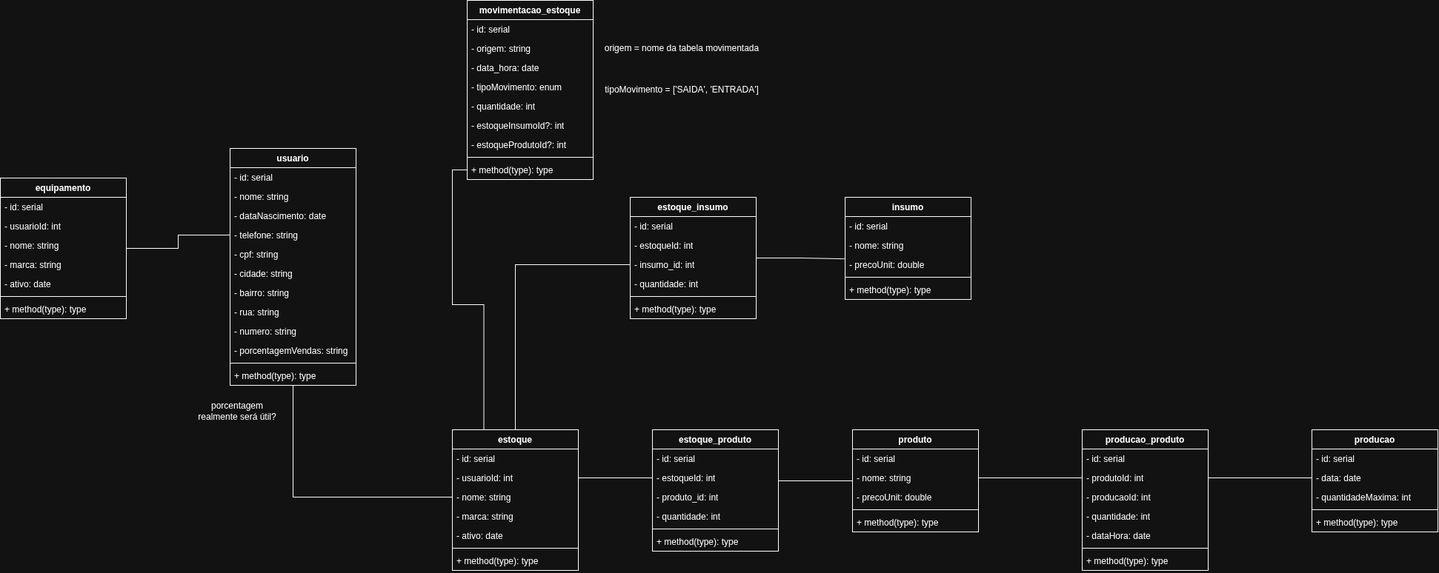
The draw.io diagram docs/diagramas/diagrama-de-classes.png in kaue0000/autonium-api, before a commit. Source tidied: cells renumbered, new cells last; positions are measured from the earlier drawing's top-left corner, leaving out a move shared by most shapes.
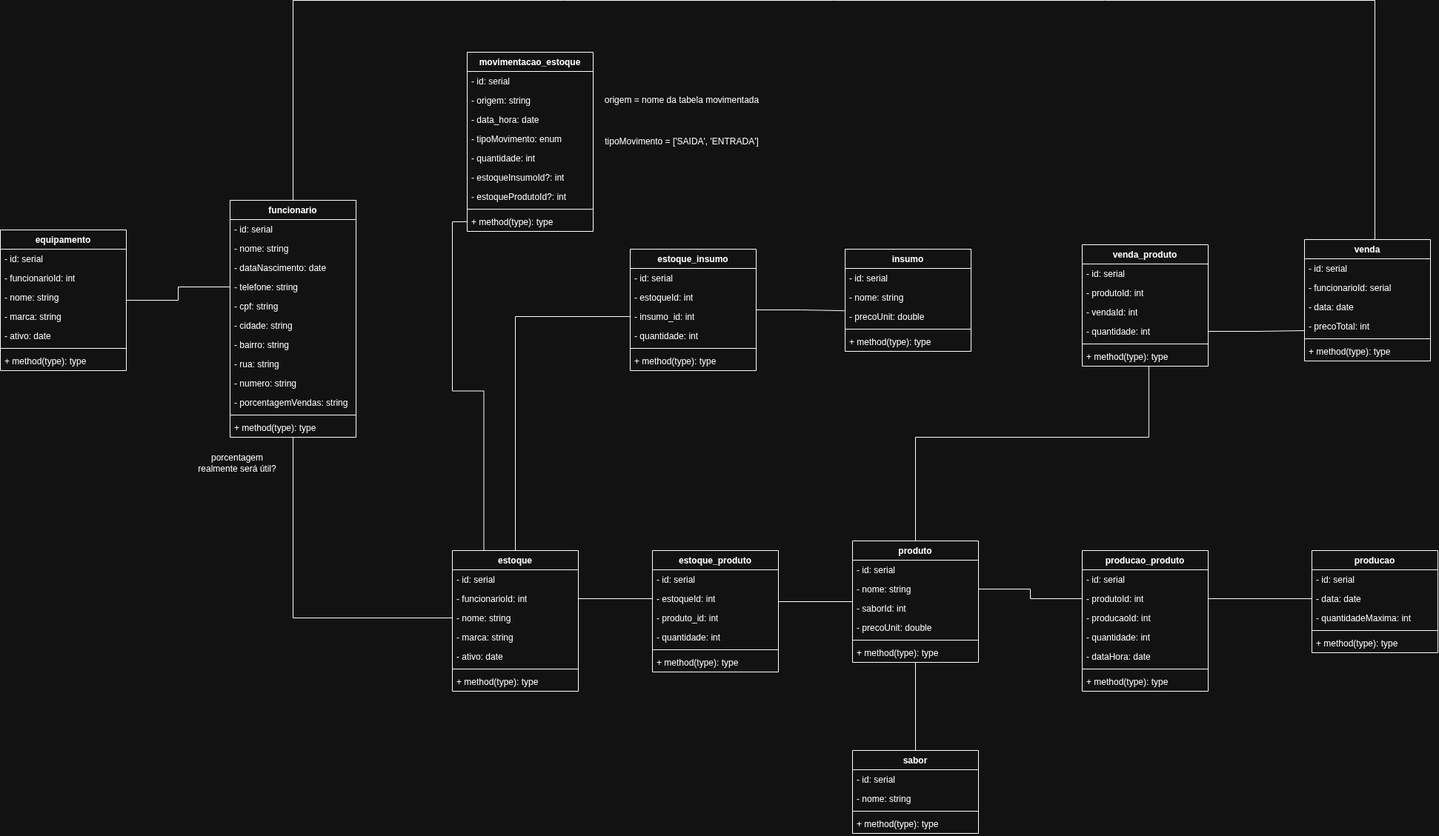
The same file after the commit.

Commit message:
docs: Adiciona novas tabelas e relacionamentos ao diagrama de classes

What changed in the source:
```diff
@@ -5,7 +5,15 @@
     <mxCell id="2" style="edgeStyle=orthogonalEdgeStyle;rounded=0;jettySize=auto;html=1;entryX=0;entryY=0.5;entryDx=0;entryDy=0;defaultLabelBackgroundColor=page;endArrow=none;endFill=0;" parent="1" edge="1" source="3" target="31">
       <mxGeometry relative="1" as="geometry" />
     </mxCell>
+    <mxCell id="93" style="edgeStyle=orthogonalEdgeStyle;rounded=0;jettySize=auto;html=1;exitX=0.5;exitY=0;exitDx=0;exitDy=0;entryX=0.5;entryY=0;entryDx=0;entryDy=0;defaultLabelBackgroundColor=page;endArrow=none;endFill=0;" parent="1" edge="1" source="3" target="102">
+      <mxGeometry relative="1" as="geometry">
+        <Array as="points">
+          <mxPoint x="395" y="-70" />
+          <mxPoint x="1855" y="-70" />
+        </Array>
+      </mxGeometry>
+    </mxCell>
-    <mxCell id="3" value="usuario" style="swimlane;fontStyle=1;align=center;verticalAlign=top;horizontal=1;startSize=26;whiteSpace=wrap;html=1;" parent="1" vertex="1">
+    <mxCell id="3" value="funcionario" style="swimlane;fontStyle=1;align=center;verticalAlign=top;horizontal=1;startSize=26;whiteSpace=wrap;html=1;" parent="1" vertex="1">
       <mxGeometry x="310" y="200" width="170" height="320" as="geometry" />
     </mxCell>
     <mxCell id="4" value="- id: serial" style="text;strokeColor=none;fillColor=none;align=left;verticalAlign=top;spacingLeft=4;spacingRight=4;overflow=hidden;whiteSpace=wrap;html=1;" parent="3" vertex="1">
@@ -53,7 +61,7 @@
     <mxCell id="18" value="- id: serial" style="text;strokeColor=none;fillColor=none;align=left;verticalAlign=top;spacingLeft=4;spacingRight=4;overflow=hidden;whiteSpace=wrap;html=1;" parent="17" vertex="1">
       <mxGeometry y="26" width="170" height="26" as="geometry" />
     </mxCell>
-    <mxCell id="19" value="- usuarioId: int" style="text;strokeColor=none;fillColor=none;align=left;verticalAlign=top;spacingLeft=4;spacingRight=4;overflow=hidden;whiteSpace=wrap;html=1;" parent="17" vertex="1">
+    <mxCell id="19" value="- funcionarioId: int" style="text;strokeColor=none;fillColor=none;align=left;verticalAlign=top;spacingLeft=4;spacingRight=4;overflow=hidden;whiteSpace=wrap;html=1;" parent="17" vertex="1">
       <mxGeometry y="52" width="170" height="26" as="geometry" />
     </mxCell>
     <mxCell id="20" value="- nome: string" style="text;strokeColor=none;fillColor=none;align=left;verticalAlign=top;spacingLeft=4;spacingRight=4;overflow=hidden;whiteSpace=wrap;html=1;" parent="17" vertex="1">
@@ -81,12 +89,12 @@
       <mxGeometry relative="1" as="geometry" />
     </mxCell>
     <mxCell id="28" value="estoque" style="swimlane;fontStyle=1;align=center;verticalAlign=top;horizontal=1;startSize=26;whiteSpace=wrap;html=1;" parent="1" vertex="1">
-      <mxGeometry x="610" y="580" width="170" height="190" as="geometry" />
+      <mxGeometry x="610" y="673" width="170" height="190" as="geometry" />
     </mxCell>
     <mxCell id="29" value="- id: serial" style="text;strokeColor=none;fillColor=none;align=left;verticalAlign=top;spacingLeft=4;spacingRight=4;overflow=hidden;whiteSpace=wrap;html=1;" parent="28" vertex="1">
       <mxGeometry y="26" width="170" height="26" as="geometry" />
     </mxCell>
-    <mxCell id="30" value="- usuarioId: int" style="text;strokeColor=none;fillColor=none;align=left;verticalAlign=top;spacingLeft=4;spacingRight=4;overflow=hidden;points=[[0,0.5],[1,0.5]];portConstraint=eastwest;whiteSpace=wrap;html=1;" parent="28" vertex="1">
+    <mxCell id="30" value="- funcionarioId: int" style="text;strokeColor=none;fillColor=none;align=left;verticalAlign=top;spacingLeft=4;spacingRight=4;overflow=hidden;points=[[0,0.5],[1,0.5]];portConstraint=eastwest;whiteSpace=wrap;html=1;" parent="28" vertex="1">
       <mxGeometry y="52" width="170" height="26" as="geometry" />
     </mxCell>
     <mxCell id="31" value="- nome: string" style="text;strokeColor=none;fillColor=none;align=left;verticalAlign=top;spacingLeft=4;spacingRight=4;overflow=hidden;points=[[0,0.5],[1,0.5]];portConstraint=eastwest;whiteSpace=wrap;html=1;" parent="28" vertex="1">
@@ -107,8 +115,17 @@
     <mxCell id="36" style="edgeStyle=orthogonalEdgeStyle;rounded=0;jettySize=auto;html=1;entryX=1;entryY=0.5;entryDx=0;entryDy=0;defaultLabelBackgroundColor=page;endArrow=none;endFill=0;" parent="1" edge="1" source="7" target="17">
       <mxGeometry relative="1" as="geometry" />
     </mxCell>
+    <mxCell id="94" style="edgeStyle=orthogonalEdgeStyle;rounded=0;jettySize=auto;html=1;exitX=0.5;exitY=0;exitDx=0;exitDy=0;entryX=0.5;entryY=1;entryDx=0;entryDy=0;defaultLabelBackgroundColor=page;endArrow=none;endFill=0;" parent="1" edge="1" source="37" target="110">
+      <mxGeometry x="-0.1" relative="1" as="geometry">
+        <Array as="points">
+          <mxPoint x="1235" y="520" />
+          <mxPoint x="1549.9" y="520" />
+          <mxPoint x="1549.9" y="424" />
+        </Array>
+      </mxGeometry>
+    </mxCell>
     <mxCell id="37" value="produto" style="swimlane;fontStyle=1;align=center;verticalAlign=top;horizontal=1;startSize=26;whiteSpace=wrap;html=1;" parent="1" vertex="1">
-      <mxGeometry x="1150" y="580" width="170" height="138" as="geometry" />
+      <mxGeometry x="1150" y="660" width="170" height="164" as="geometry" />
     </mxCell>
     <mxCell id="38" value="- id: serial" style="text;strokeColor=none;fillColor=none;align=left;verticalAlign=top;spacingLeft=4;spacingRight=4;overflow=hidden;whiteSpace=wrap;html=1;" parent="37" vertex="1">
       <mxGeometry y="26" width="170" height="26" as="geometry" />
@@ -116,22 +133,25 @@
     <mxCell id="39" value="- nome: string" style="text;strokeColor=none;fillColor=none;align=left;verticalAlign=top;spacingLeft=4;spacingRight=4;overflow=hidden;points=[[0,0.5],[1,0.5]];portConstraint=eastwest;whiteSpace=wrap;html=1;" parent="37" vertex="1">
       <mxGeometry y="52" width="170" height="26" as="geometry" />
     </mxCell>
+    <mxCell id="95" value="- saborId: int" style="text;strokeColor=none;fillColor=none;align=left;verticalAlign=top;spacingLeft=4;spacingRight=4;overflow=hidden;whiteSpace=wrap;html=1;" parent="37" vertex="1">
+      <mxGeometry y="78" width="170" height="26" as="geometry" />
+    </mxCell>
     <mxCell id="40" value="- precoUnit: double" style="text;strokeColor=none;fillColor=none;align=left;verticalAlign=top;spacingLeft=4;spacingRight=4;overflow=hidden;whiteSpace=wrap;html=1;" parent="37" vertex="1">
-      <mxGeometry y="78" width="170" height="26" as="geometry" />
+      <mxGeometry y="104" width="170" height="26" as="geometry" />
     </mxCell>
     <mxCell id="41" style="line;strokeWidth=1;fillColor=none;align=left;verticalAlign=middle;spacingTop=-1;spacingLeft=3;spacingRight=3;labelPosition=right;strokeColor=inherit;labelPerimeter=1;" parent="37" vertex="1">
-      <mxGeometry y="104" width="170" height="8" as="geometry" />
+      <mxGeometry y="130" width="170" height="8" as="geometry" />
     </mxCell>
     <mxCell id="42" value="+ method(type): type" style="text;strokeColor=none;fillColor=none;align=left;verticalAlign=top;spacingLeft=4;spacingRight=4;overflow=hidden;whiteSpace=wrap;html=1;" parent="37" vertex="1">
-      <mxGeometry y="112" width="170" height="26" as="geometry" />
+      <mxGeometry y="138" width="170" height="26" as="geometry" />
     </mxCell>
     <mxCell id="43" style="edgeStyle=orthogonalEdgeStyle;rounded=0;jettySize=auto;html=1;entryX=0;entryY=0.5;entryDx=0;entryDy=0;defaultLabelBackgroundColor=page;endArrow=none;endFill=0;" parent="1" edge="1" target="37">
       <mxGeometry relative="1" as="geometry">
-        <mxPoint x="1050" y="649" as="sourcePoint" />
+        <mxPoint x="1050" y="742" as="sourcePoint" />
       </mxGeometry>
     </mxCell>
     <mxCell id="44" value="estoque_produto" style="swimlane;fontStyle=1;align=center;verticalAlign=top;horizontal=1;startSize=26;whiteSpace=wrap;html=1;" parent="1" vertex="1">
-      <mxGeometry x="880" y="580" width="170" height="164" as="geometry" />
+      <mxGeometry x="880" y="673" width="170" height="164" as="geometry" />
     </mxCell>
     <mxCell id="45" value="- id: serial" style="text;strokeColor=none;fillColor=none;align=left;verticalAlign=top;spacingLeft=4;spacingRight=4;overflow=hidden;whiteSpace=wrap;html=1;" parent="44" vertex="1">
       <mxGeometry y="26" width="170" height="26" as="geometry" />
@@ -230,7 +250,7 @@
       <mxGeometry x="815" y="106" width="210" height="30" as="geometry" />
     </mxCell>
     <mxCell id="77" value="producao" style="swimlane;fontStyle=1;align=center;verticalAlign=top;horizontal=1;startSize=26;whiteSpace=wrap;html=1;" parent="1" vertex="1">
-      <mxGeometry x="1770" y="580" width="170" height="138" as="geometry" />
+      <mxGeometry x="1770" y="673" width="170" height="138" as="geometry" />
     </mxCell>
     <mxCell id="78" value="- id: serial" style="text;strokeColor=none;fillColor=none;align=left;verticalAlign=top;spacingLeft=4;spacingRight=4;overflow=hidden;whiteSpace=wrap;html=1;" parent="77" vertex="1">
       <mxGeometry y="26" width="170" height="26" as="geometry" />
@@ -248,7 +268,7 @@
       <mxGeometry y="112" width="170" height="26" as="geometry" />
     </mxCell>
     <mxCell id="83" value="producao_produto" style="swimlane;fontStyle=1;align=center;verticalAlign=top;horizontal=1;startSize=26;whiteSpace=wrap;html=1;" parent="1" vertex="1">
-      <mxGeometry x="1460" y="580" width="170" height="190" as="geometry" />
+      <mxGeometry x="1460" y="673" width="170" height="190" as="geometry" />
     </mxCell>
     <mxCell id="84" value="- id: serial" style="text;strokeColor=none;fillColor=none;align=left;verticalAlign=top;spacingLeft=4;spacingRight=4;overflow=hidden;whiteSpace=wrap;html=1;" parent="83" vertex="1">
       <mxGeometry y="26" width="170" height="26" as="geometry" />
@@ -276,8 +296,73 @@
     <mxCell id="91" value="+ method(type): type" style="text;strokeColor=none;fillColor=none;align=left;verticalAlign=top;spacingLeft=4;spacingRight=4;overflow=hidden;whiteSpace=wrap;html=1;" parent="83" vertex="1">
       <mxGeometry y="164" width="170" height="26" as="geometry" />
     </mxCell>
-    <mxCell id="92" style="edgeStyle=orthogonalEdgeStyle;rounded=0;jettySize=auto;html=1;entryX=0;entryY=0.5;entryDx=0;entryDy=0;defaultLabelBackgroundColor=page;endArrow=none;endFill=0;" parent="1" edge="1" source="39" target="86">
-      <mxGeometry relative="1" as="geometry" />
+    <mxCell id="92" style="edgeStyle=orthogonalEdgeStyle;rounded=0;jettySize=auto;html=1;entryX=0;entryY=0.5;entryDx=0;entryDy=0;defaultLabelBackgroundColor=page;exitX=1;exitY=0.5;exitDx=0;exitDy=0;endArrow=none;endFill=0;" parent="1" edge="1" source="39" target="86">
+      <mxGeometry x="0.01" relative="1" as="geometry" />
     </mxCell>
+    <mxCell id="96" style="edgeStyle=orthogonalEdgeStyle;rounded=0;jettySize=auto;html=1;entryX=0.5;entryY=1;entryDx=0;entryDy=0;defaultLabelBackgroundColor=page;endArrow=none;endFill=0;" parent="1" edge="1" source="97" target="37">
+      <mxGeometry relative="1" as="geometry" />
+    </mxCell>
+    <mxCell id="97" value="sabor" style="swimlane;fontStyle=1;align=center;verticalAlign=top;horizontal=1;startSize=26;whiteSpace=wrap;html=1;" parent="1" vertex="1">
+      <mxGeometry x="1150" y="943" width="170" height="112" as="geometry" />
+    </mxCell>
+    <mxCell id="98" value="- id: serial" style="text;strokeColor=none;fillColor=none;align=left;verticalAlign=top;spacingLeft=4;spacingRight=4;overflow=hidden;whiteSpace=wrap;html=1;" parent="97" vertex="1">
+      <mxGeometry y="26" width="170" height="26" as="geometry" />
+    </mxCell>
+    <mxCell id="99" value="- nome: string" style="text;strokeColor=none;fillColor=none;align=left;verticalAlign=top;spacingLeft=4;spacingRight=4;overflow=hidden;whiteSpace=wrap;html=1;" parent="97" vertex="1">
+      <mxGeometry y="52" width="170" height="26" as="geometry" />
+    </mxCell>
+    <mxCell id="100" style="line;strokeWidth=1;fillColor=none;align=left;verticalAlign=middle;spacingTop=-1;spacingLeft=3;spacingRight=3;labelPosition=right;strokeColor=inherit;labelPerimeter=1;" parent="97" vertex="1">
+      <mxGeometry y="78" width="170" height="8" as="geometry" />
+    </mxCell>
+    <mxCell id="101" value="+ method(type): type" style="text;strokeColor=none;fillColor=none;align=left;verticalAlign=top;spacingLeft=4;spacingRight=4;overflow=hidden;whiteSpace=wrap;html=1;" parent="97" vertex="1">
+      <mxGeometry y="86" width="170" height="26" as="geometry" />
+    </mxCell>
+    <mxCell id="102" value="venda" style="swimlane;fontStyle=1;align=center;verticalAlign=top;horizontal=1;startSize=26;whiteSpace=wrap;html=1;" parent="1" vertex="1">
+      <mxGeometry x="1760" y="253" width="170" height="164" as="geometry" />
+    </mxCell>
+    <mxCell id="103" value="- id: serial" style="text;strokeColor=none;fillColor=none;align=left;verticalAlign=top;spacingLeft=4;spacingRight=4;overflow=hidden;whiteSpace=wrap;html=1;" parent="102" vertex="1">
+      <mxGeometry y="26" width="170" height="26" as="geometry" />
+    </mxCell>
+    <mxCell id="104" value="- funcionarioId: serial" style="text;strokeColor=none;fillColor=none;align=left;verticalAlign=top;spacingLeft=4;spacingRight=4;overflow=hidden;whiteSpace=wrap;html=1;" parent="102" vertex="1">
+      <mxGeometry y="52" width="170" height="26" as="geometry" />
+    </mxCell>
+    <mxCell id="105" value="- data: date" style="text;strokeColor=none;fillColor=none;align=left;verticalAlign=top;spacingLeft=4;spacingRight=4;overflow=hidden;whiteSpace=wrap;html=1;" parent="102" vertex="1">
+      <mxGeometry y="78" width="170" height="26" as="geometry" />
+    </mxCell>
+    <mxCell id="106" value="- precoTotal: int" style="text;strokeColor=none;fillColor=none;align=left;verticalAlign=top;spacingLeft=4;spacingRight=4;overflow=hidden;whiteSpace=wrap;html=1;" parent="102" vertex="1">
+      <mxGeometry y="104" width="170" height="26" as="geometry" />
+    </mxCell>
+    <mxCell id="107" style="line;strokeWidth=1;fillColor=none;align=left;verticalAlign=middle;spacingTop=-1;spacingLeft=3;spacingRight=3;labelPosition=right;strokeColor=inherit;labelPerimeter=1;" parent="102" vertex="1">
+      <mxGeometry y="130" width="170" height="8" as="geometry" />
+    </mxCell>
+    <mxCell id="108" value="+ method(type): type" style="text;strokeColor=none;fillColor=none;align=left;verticalAlign=top;spacingLeft=4;spacingRight=4;overflow=hidden;whiteSpace=wrap;html=1;" parent="102" vertex="1">
+      <mxGeometry y="138" width="170" height="26" as="geometry" />
+    </mxCell>
+    <mxCell id="109" style="edgeStyle=orthogonalEdgeStyle;rounded=0;jettySize=auto;html=1;exitX=1;exitY=0.5;exitDx=0;exitDy=0;entryX=0;entryY=0.75;entryDx=0;entryDy=0;defaultLabelBackgroundColor=page;endArrow=none;endFill=0;" parent="1" edge="1" target="102">
+      <mxGeometry relative="1" as="geometry">
+        <mxPoint x="1630" y="377" as="sourcePoint" />
+      </mxGeometry>
+    </mxCell>
+    <mxCell id="110" value="venda_produto" style="swimlane;fontStyle=1;align=center;verticalAlign=top;horizontal=1;startSize=26;whiteSpace=wrap;html=1;" parent="1" vertex="1">
+      <mxGeometry x="1460" y="260" width="170" height="164" as="geometry" />
+    </mxCell>
+    <mxCell id="111" value="- id: serial" style="text;strokeColor=none;fillColor=none;align=left;verticalAlign=top;spacingLeft=4;spacingRight=4;overflow=hidden;whiteSpace=wrap;html=1;" parent="110" vertex="1">
+      <mxGeometry y="26" width="170" height="26" as="geometry" />
+    </mxCell>
+    <mxCell id="112" value="- produtoId: int" style="text;strokeColor=none;fillColor=none;align=left;verticalAlign=top;spacingLeft=4;spacingRight=4;overflow=hidden;whiteSpace=wrap;html=1;" parent="110" vertex="1">
+      <mxGeometry y="52" width="170" height="26" as="geometry" />
+    </mxCell>
+    <mxCell id="113" value="- vendaId: int" style="text;strokeColor=none;fillColor=none;align=left;verticalAlign=top;spacingLeft=4;spacingRight=4;overflow=hidden;whiteSpace=wrap;html=1;" parent="110" vertex="1">
+      <mxGeometry y="78" width="170" height="26" as="geometry" />
+    </mxCell>
+    <mxCell id="114" value="- quantidade: int" style="text;strokeColor=none;fillColor=none;align=left;verticalAlign=top;spacingLeft=4;spacingRight=4;overflow=hidden;whiteSpace=wrap;html=1;" parent="110" vertex="1">
+      <mxGeometry y="104" width="170" height="26" as="geometry" />
+    </mxCell>
+    <mxCell id="115" style="line;strokeWidth=1;fillColor=none;align=left;verticalAlign=middle;spacingTop=-1;spacingLeft=3;spacingRight=3;labelPosition=right;strokeColor=inherit;labelPerimeter=1;" parent="110" vertex="1">
+      <mxGeometry y="130" width="170" height="8" as="geometry" />
+    </mxCell>
+    <mxCell id="116" value="+ method(type): type" style="text;strokeColor=none;fillColor=none;align=left;verticalAlign=top;spacingLeft=4;spacingRight=4;overflow=hidden;whiteSpace=wrap;html=1;" parent="110" vertex="1">
+      <mxGeometry y="138" width="170" height="26" as="geometry" />
+    </mxCell>
   </root>
 </mxGraphModel>
```
